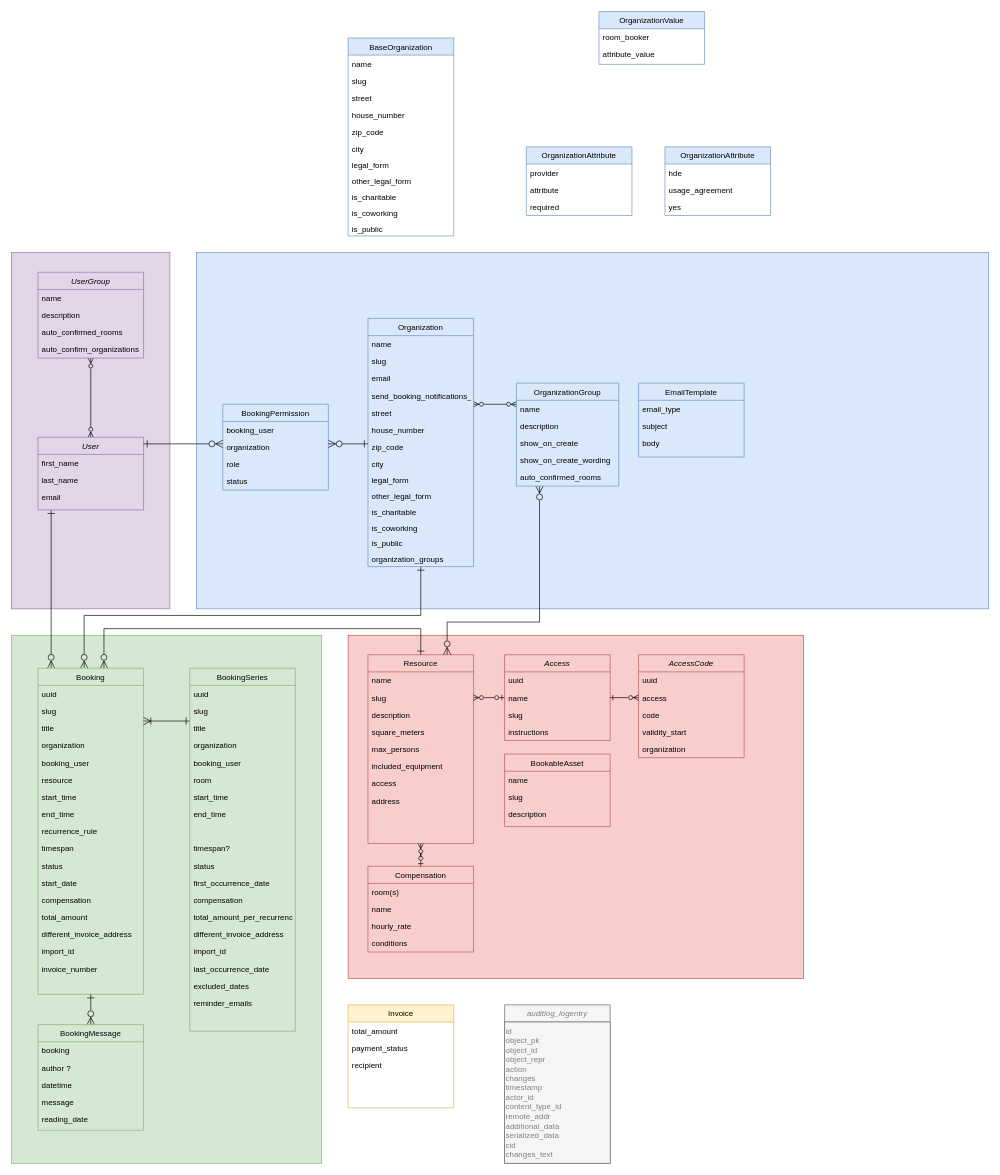
The draw.io diagram docs/modelling/erd-v1.4.1_user_groups.drawio in Haus-des-Engagements/re-sharing, before the edit. Source tidied: cells renumbered, new cells numbered last; positions are measured from the earlier drawing's top-left corner, leaving out a move shared by most shapes. Both pictures are drawn from the tidied source at 66%, with x=0, y=0 at pixel (11, 11).
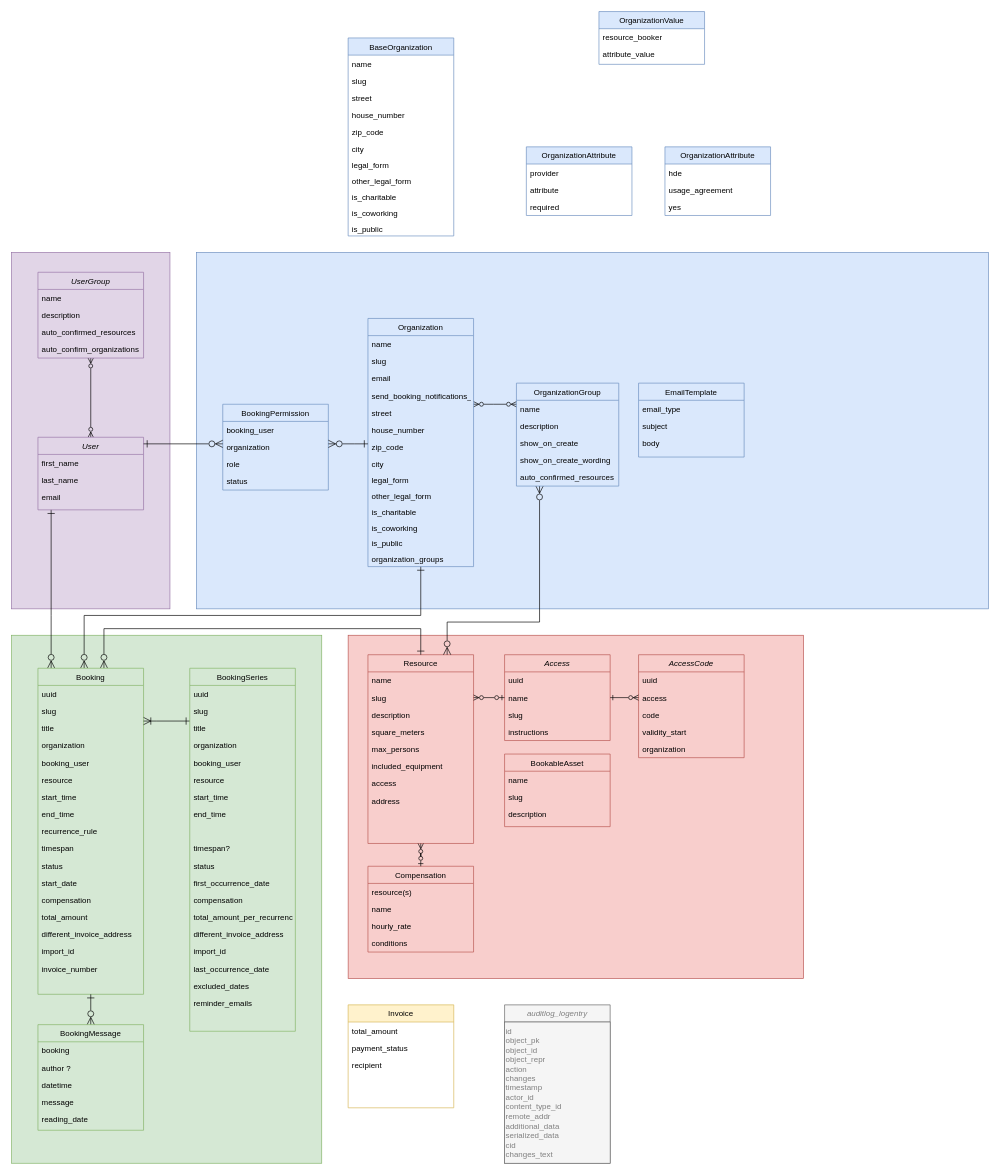
The same diagram, later.

The change refers to these unchanged cells:
```xml
<mxCell id="75" value="Compensation" style="swimlane;fontStyle=0;align=center;verticalAlign=top;horizontal=1;startSize=26;rounded=0;shadow=0;strokeWidth=1;fillColor=#f8cecc;strokeColor=#b85450;" parent="1" vertex="1">
  <mxGeometry x="540" y="1295" width="160" height="130" as="geometry" />
</mxCell>
<mxCell id="93" value="BookingSeries" style="swimlane;fontStyle=0;align=center;verticalAlign=top;horizontal=1;startSize=26;rounded=0;shadow=0;strokeWidth=1;fillColor=#d5e8d4;strokeColor=#82b366;" parent="1" vertex="1">
  <mxGeometry x="270" y="995" width="160" height="550" as="geometry" />
</mxCell>
<mxCell id="138" value="OrganizationValue" style="swimlane;fontStyle=0;align=center;verticalAlign=top;horizontal=1;startSize=26;rounded=0;shadow=0;strokeWidth=1;fillColor=#dae8fc;strokeColor=#6c8ebf;" parent="1" vertex="1">
  <mxGeometry x="890" width="160" height="80" as="geometry" />
</mxCell>
<mxCell id="149" value="OrganizationGroup" style="swimlane;fontStyle=0;align=center;verticalAlign=top;horizontal=1;startSize=26;rounded=0;shadow=0;strokeWidth=1;fillColor=#dae8fc;strokeColor=#6c8ebf;" parent="1" vertex="1">
  <mxGeometry x="765" y="563" width="155" height="156" as="geometry" />
</mxCell>
<mxCell id="155" value="UserGroup" style="swimlane;fontStyle=2;align=center;verticalAlign=top;horizontal=1;startSize=26;rounded=0;shadow=0;strokeWidth=1;fillColor=#e1d5e7;strokeColor=#9673a6;" parent="1" vertex="1">
  <mxGeometry x="40" y="395" width="160" height="130" as="geometry" />
</mxCell>
```

Change to the diagram source:
```diff
@@
-    <mxCell id="76" value="room(s)" style="text;align=left;verticalAlign=top;spacingLeft=4;spacingRight=4;overflow=hidden;rounded=0;shadow=0;html=0;" parent="75" vertex="1">
+    <mxCell id="76" value="resource(s)" style="text;align=left;verticalAlign=top;spacingLeft=4;spacingRight=4;overflow=hidden;rounded=0;shadow=0;html=0;" parent="75" vertex="1">
       <mxGeometry y="26" width="160" height="26" as="geometry" />
     </mxCell>
@@
-    <mxCell id="99" value="room" style="text;align=left;verticalAlign=top;spacingLeft=4;spacingRight=4;overflow=hidden;" parent="93" vertex="1">
+    <mxCell id="99" value="resource" style="text;align=left;verticalAlign=top;spacingLeft=4;spacingRight=4;overflow=hidden;" parent="93" vertex="1">
       <mxGeometry y="156" width="160" height="26" as="geometry" />
     </mxCell>
@@
-    <mxCell id="139" value="room_booker" style="text;align=left;verticalAlign=top;spacingLeft=4;spacingRight=4;overflow=hidden;" parent="138" vertex="1">
+    <mxCell id="139" value="resource_booker" style="text;align=left;verticalAlign=top;spacingLeft=4;spacingRight=4;overflow=hidden;" parent="138" vertex="1">
       <mxGeometry y="26" width="160" height="26" as="geometry" />
     </mxCell>
@@
-    <mxCell id="154" value="auto_confirmed_rooms" style="text;align=left;verticalAlign=top;spacingLeft=4;spacingRight=4;overflow=hidden;" parent="149" vertex="1">
+    <mxCell id="154" value="auto_confirmed_resources" style="text;align=left;verticalAlign=top;spacingLeft=4;spacingRight=4;overflow=hidden;" parent="149" vertex="1">
       <mxGeometry y="130" width="155" height="26" as="geometry" />
     </mxCell>
@@
-    <mxCell id="158" value="auto_confirmed_rooms" style="text;align=left;verticalAlign=top;spacingLeft=4;spacingRight=4;overflow=hidden;rounded=0;shadow=0;html=0;" parent="155" vertex="1">
+    <mxCell id="158" value="auto_confirmed_resources" style="text;align=left;verticalAlign=top;spacingLeft=4;spacingRight=4;overflow=hidden;rounded=0;shadow=0;html=0;" parent="155" vertex="1">
       <mxGeometry y="78" width="160" height="26" as="geometry" />
     </mxCell>
```
